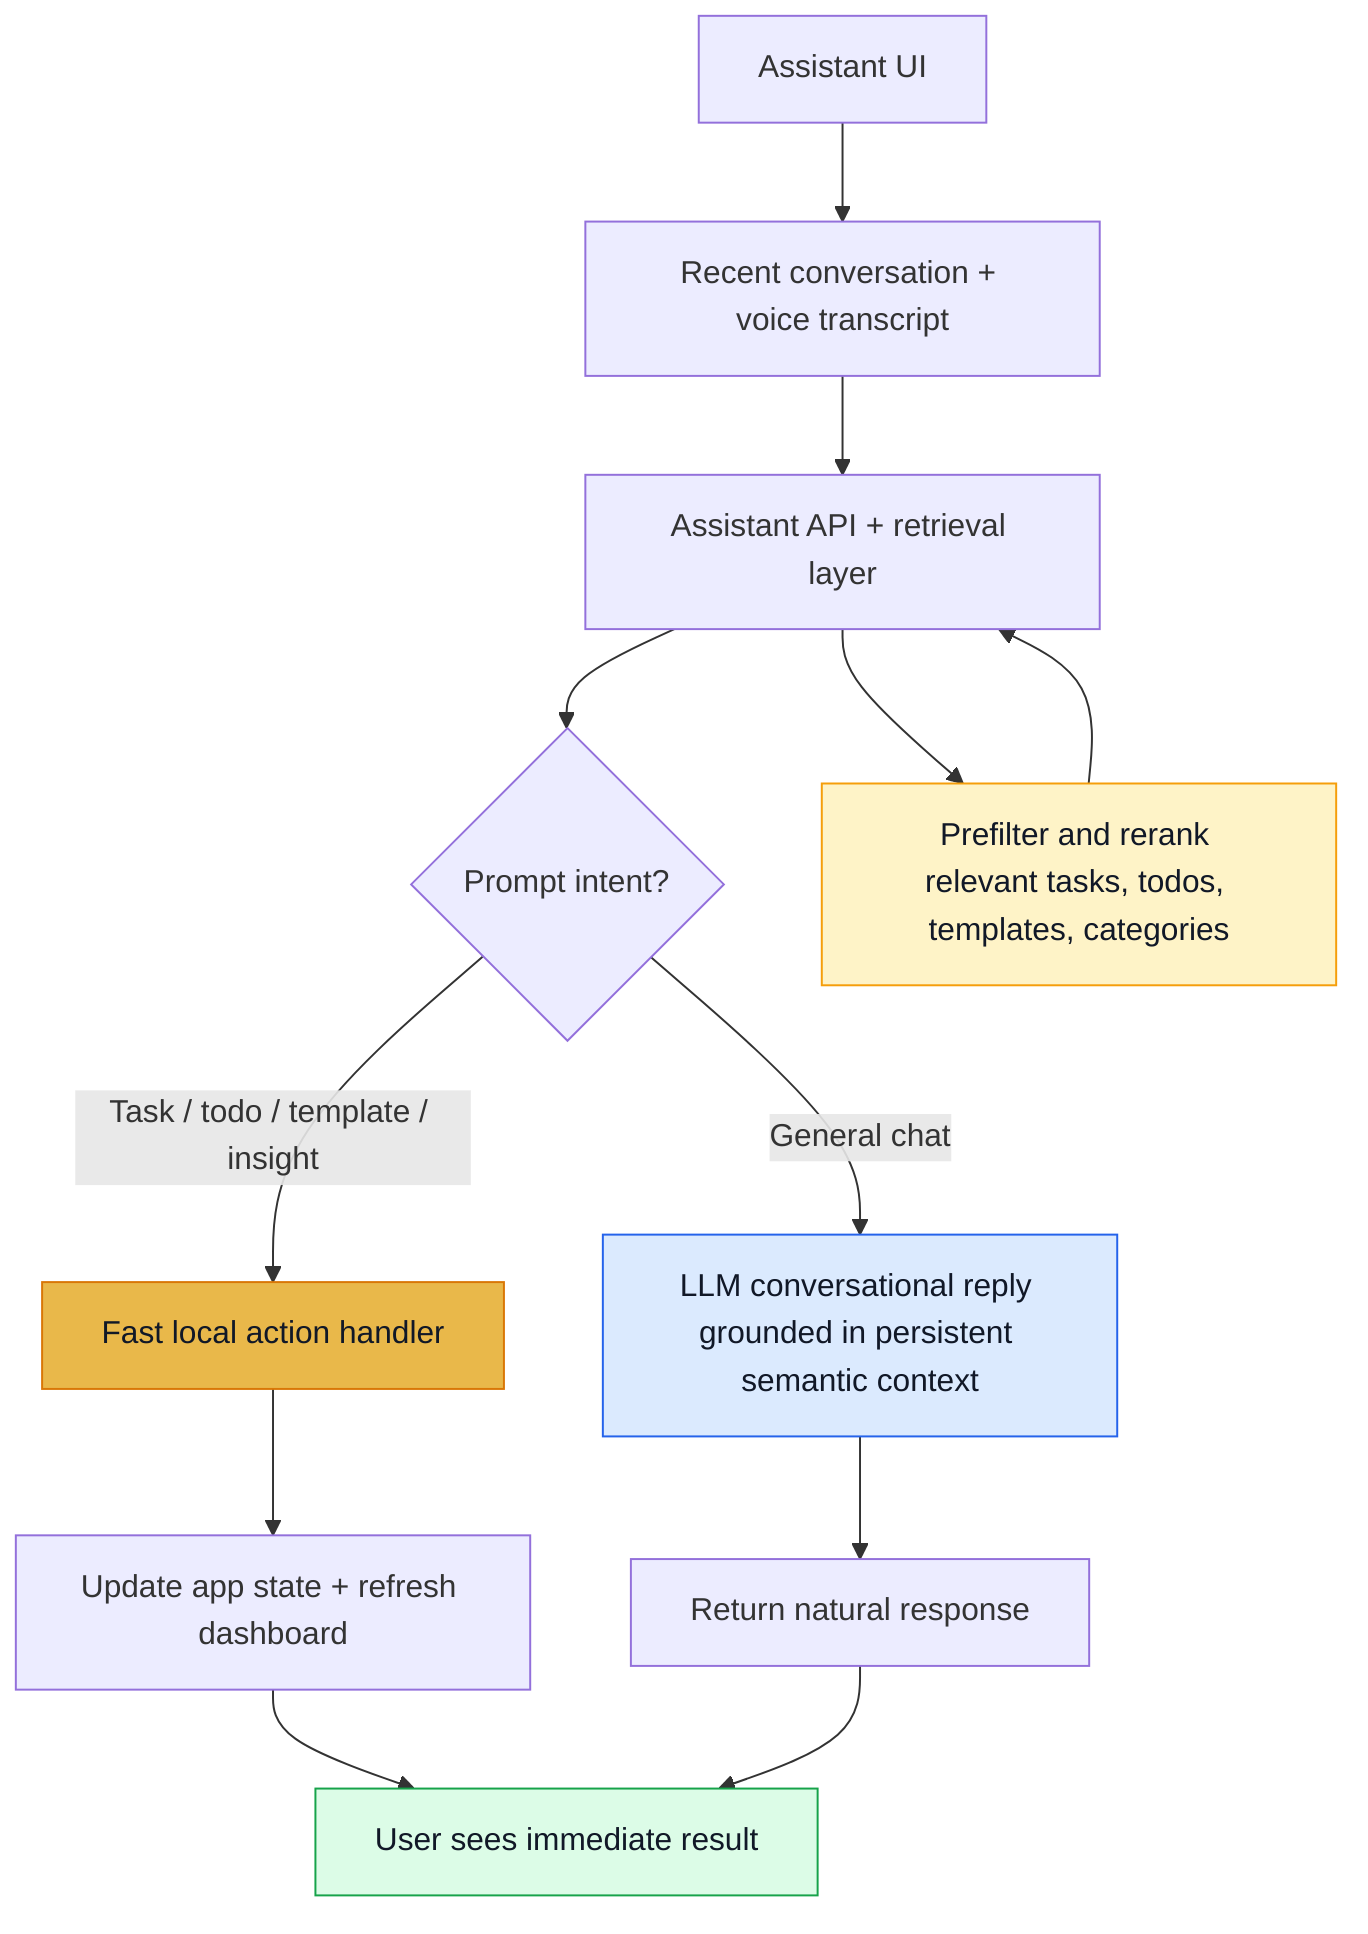
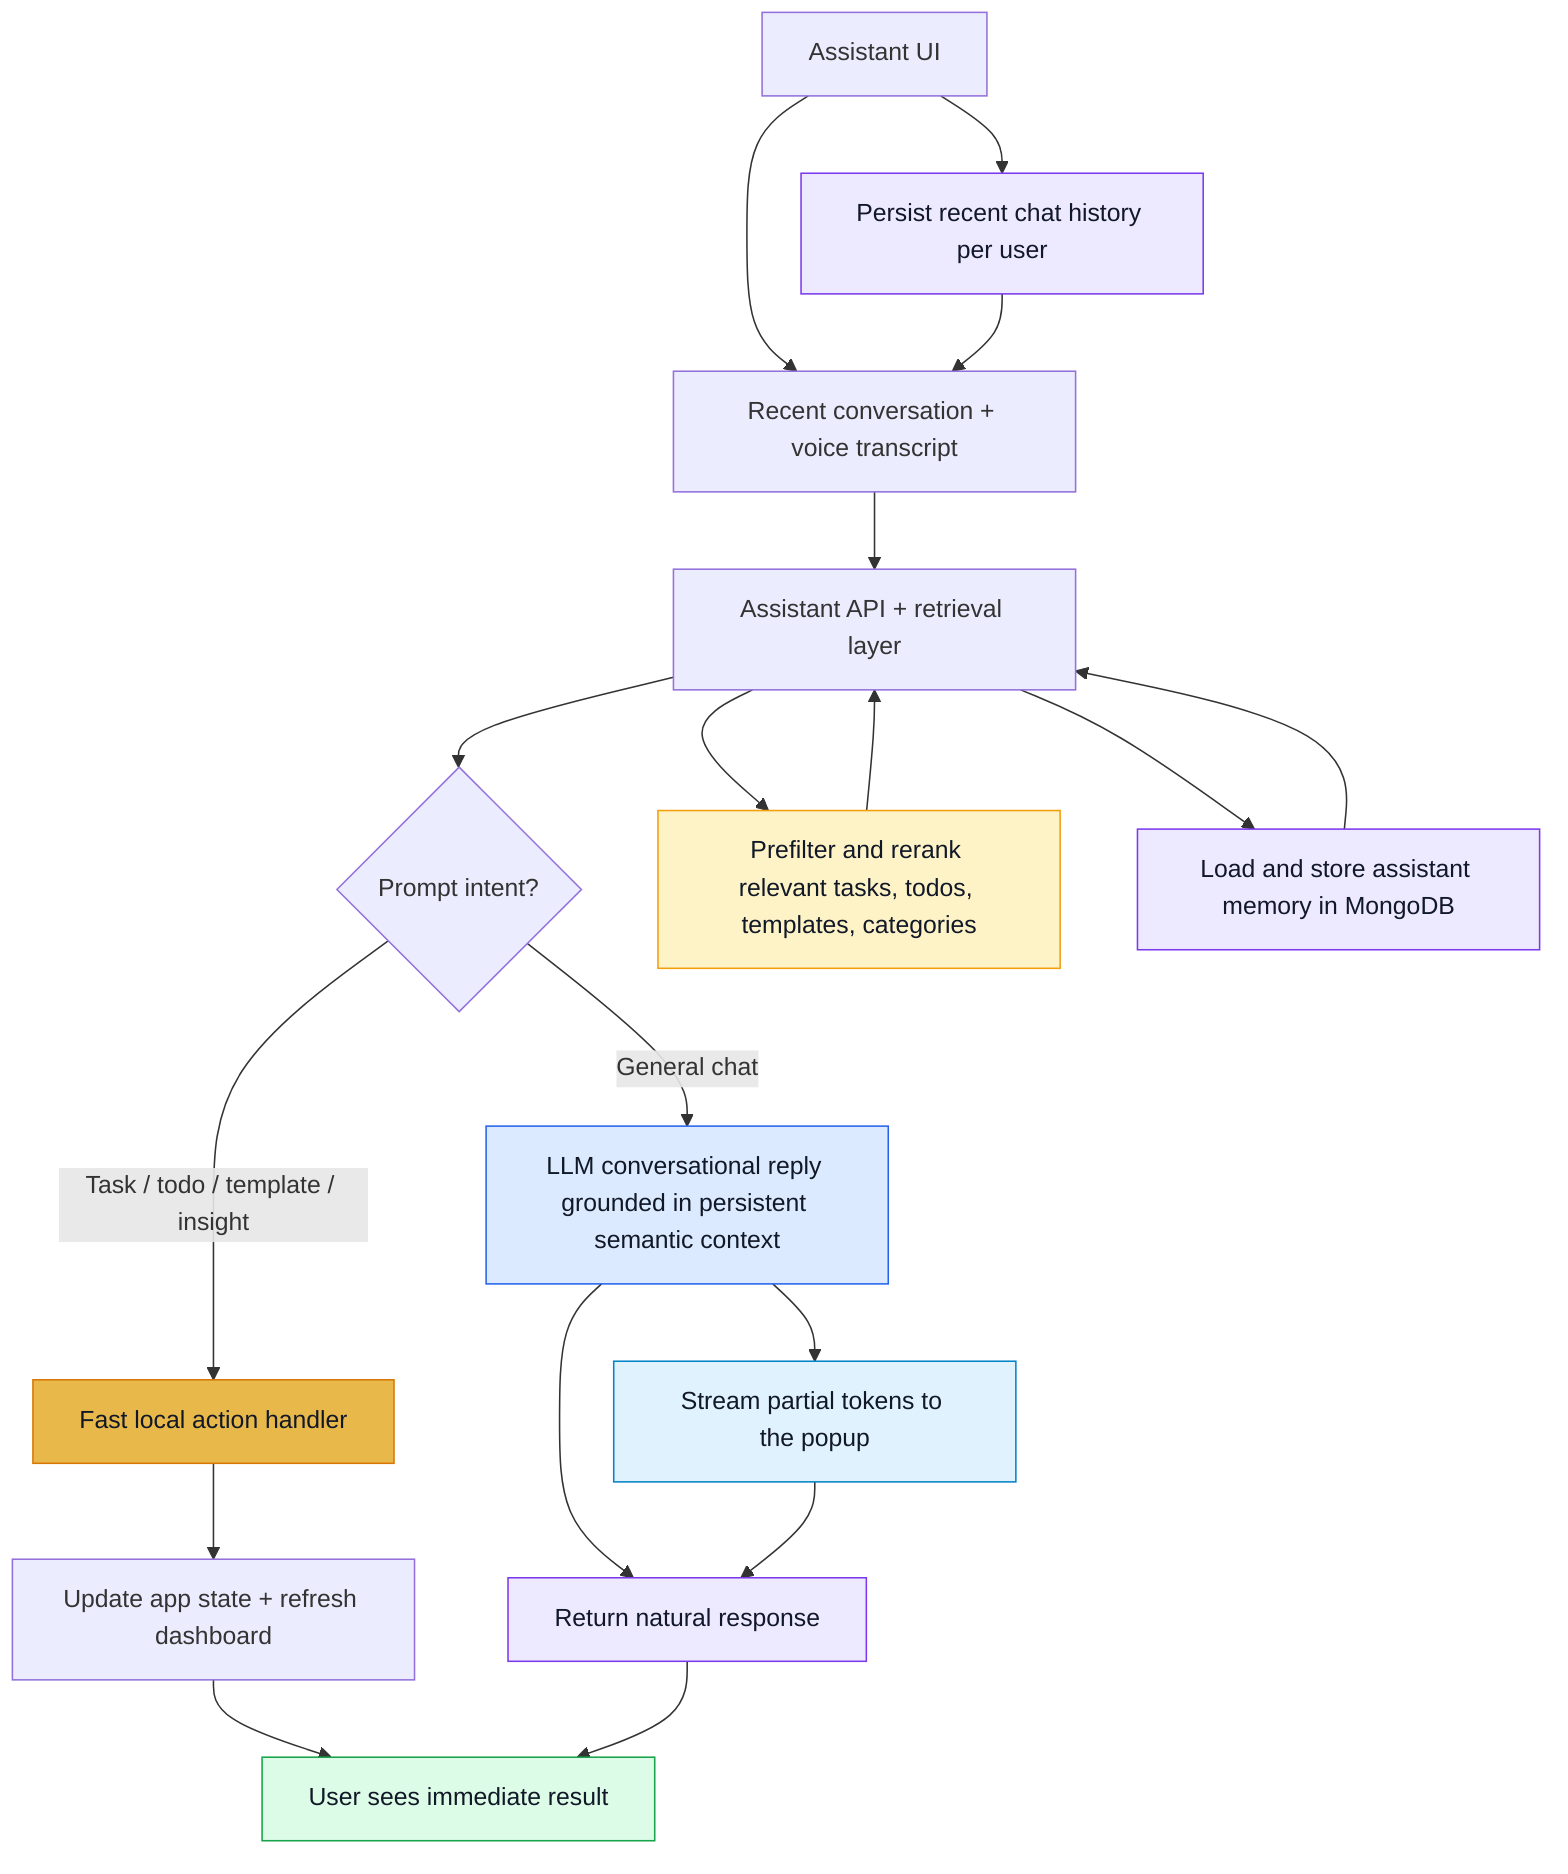
flowchart TD
  A[Assistant UI] --> B[Recent conversation + voice transcript]
  B --> C[Assistant API + retrieval layer]
  C --> D{Prompt intent?}
  C --> R[Prefilter and rerank relevant tasks, todos, templates, categories]
  R --> C
  D -->|Task / todo / template / insight| E[Fast local action handler]
  D -->|General chat| F[LLM conversational reply grounded in persistent semantic context]
+   F --> S[Stream partial tokens to the popup]
+   A --> P[Persist recent chat history per user]
+   P --> B
+   C --> M[Load and store assistant memory in MongoDB]
+   M --> C
  E --> G[Update app state + refresh dashboard]
  F --> H[Return natural response]
+   S --> H
  G --> I[User sees immediate result]
  H --> I

  style E fill:#e9b84a,stroke:#d97706,color:#111827
  style F fill:#dbeafe,stroke:#2563eb,color:#111827
+   style S fill:#e0f2fe,stroke:#0284c7,color:#111827
+   style P fill:#ede9fe,stroke:#7c3aed,color:#111827
+   style M fill:#ede9fe,stroke:#7c3aed,color:#111827
+   style H fill:#ede9fe,stroke:#7c3aed,color:#111827
  style R fill:#fef3c7,stroke:#f59e0b,color:#111827
  style I fill:#dcfce7,stroke:#16a34a,color:#111827